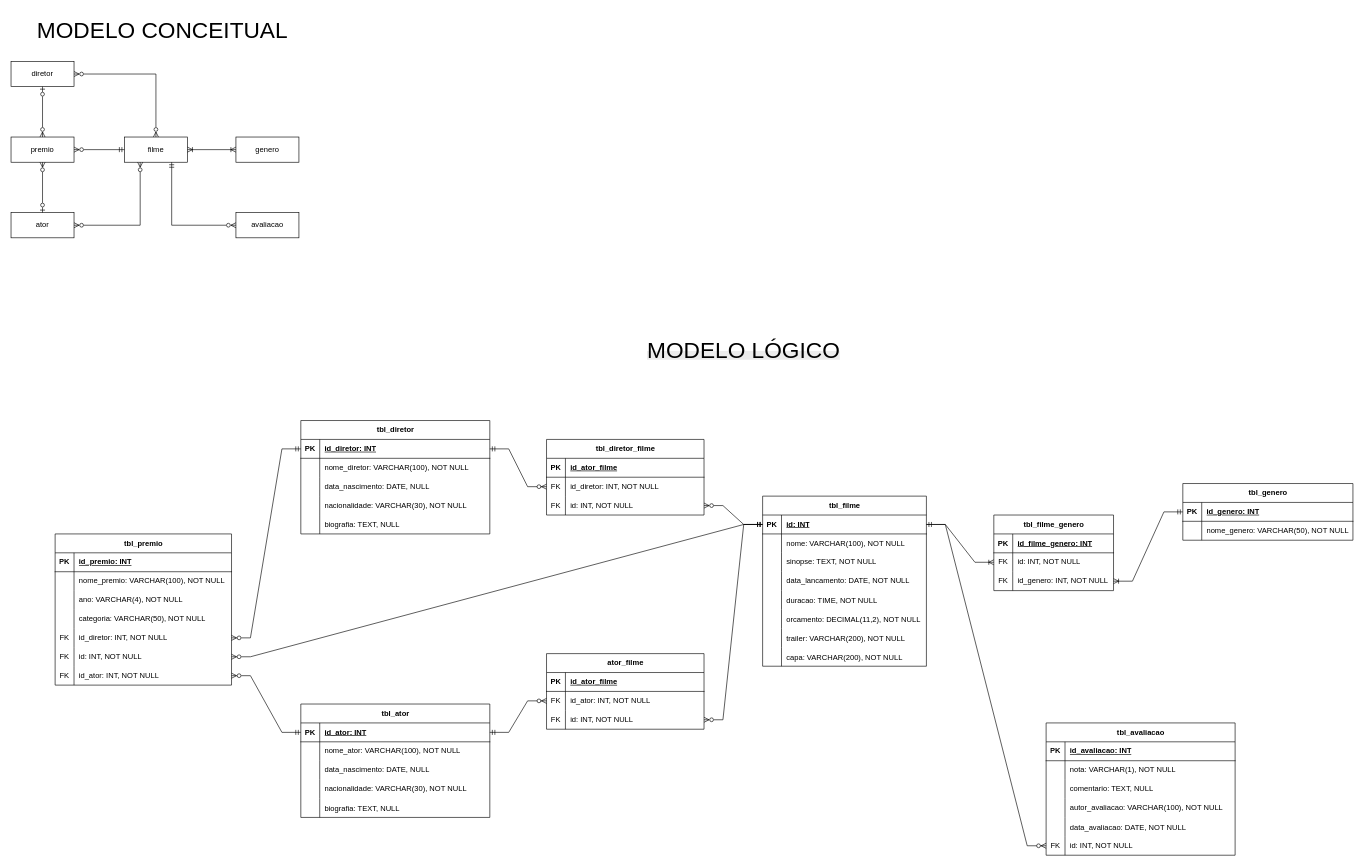
Above: database/modelagem-db-locadora.drawio in marcelo23vds/api-locadora (draw.io), before the change. Source tidied: cells renumbered, new cells numbered last; positions are measured from the earlier drawing's top-left corner, leaving out a move shared by most shapes. Both pictures are drawn from the tidied source at 63%, with x=0, y=0 at pixel (11, 11).
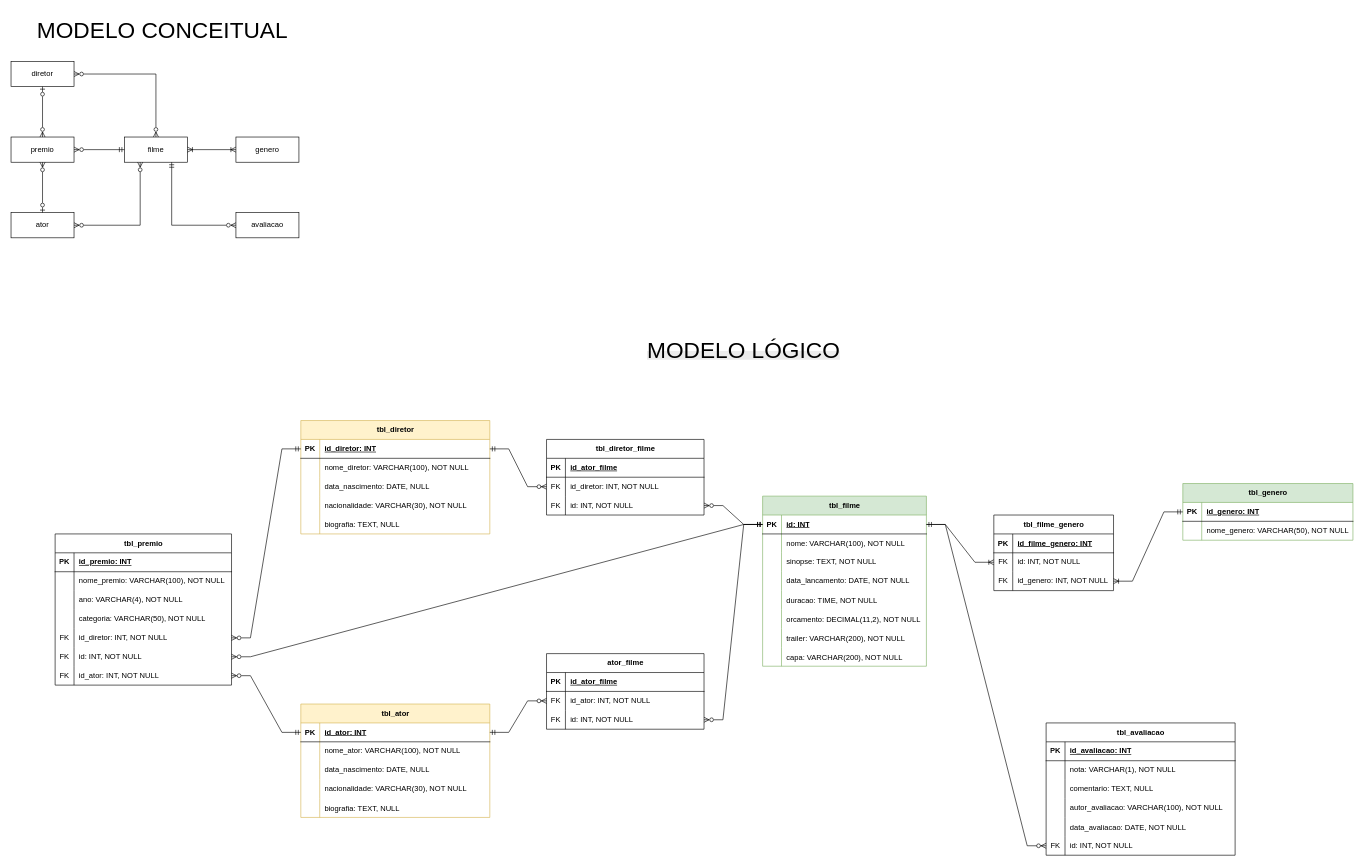
Above is the later version.

Commit message (it also covers changes not shown here):
iniciando o CRUD para a tabela Ator

Change to the diagram source:
```diff
@@
-    <mxCell id="13" value="tbl_filme" style="shape=table;startSize=30;childLayout=tableLayout;rowLines=0;fontStyle=1;align=center;html=1;" parent="1" vertex="1">
+    <mxCell id="13" value="tbl_filme" style="shape=table;startSize=30;childLayout=tableLayout;rowLines=0;fontStyle=1;align=center;html=1;fillColor=#d5e8d4;strokeColor=#82b366;" parent="1" vertex="1">
       <mxGeometry x="1193" y="770" width="260" height="270" as="geometry" />
     </mxCell>
@@
-    <mxCell id="61" value="tbl_ator" style="shape=table;startSize=30;childLayout=tableLayout;rowLines=0;fontStyle=1;align=center;html=1;" parent="1" vertex="1">
+    <mxCell id="61" value="tbl_ator" style="shape=table;startSize=30;childLayout=tableLayout;rowLines=0;fontStyle=1;align=center;html=1;fillColor=#fff2cc;strokeColor=#d6b656;" parent="1" vertex="1">
       <mxGeometry x="460" y="1100" width="300" height="180" as="geometry" />
     </mxCell>
@@
-    <mxCell id="77" value="tbl_genero" style="shape=table;startSize=30;childLayout=tableLayout;rowLines=0;fontStyle=1;align=center;html=1;" parent="1" vertex="1">
+    <mxCell id="77" value="tbl_genero" style="shape=table;startSize=30;childLayout=tableLayout;rowLines=0;fontStyle=1;align=center;html=1;fillColor=#d5e8d4;strokeColor=#82b366;" parent="1" vertex="1">
       <mxGeometry x="1860" y="750" width="270" height="90" as="geometry" />
     </mxCell>
@@
-    <mxCell id="129" value="tbl_diretor" style="shape=table;startSize=30;childLayout=tableLayout;rowLines=0;fontStyle=1;align=center;html=1;" parent="1" vertex="1">
+    <mxCell id="129" value="tbl_diretor" style="shape=table;startSize=30;childLayout=tableLayout;rowLines=0;fontStyle=1;align=center;html=1;fillColor=#fff2cc;strokeColor=#d6b656;" parent="1" vertex="1">
       <mxGeometry x="460" y="650" width="300" height="180" as="geometry" />
     </mxCell>
```
